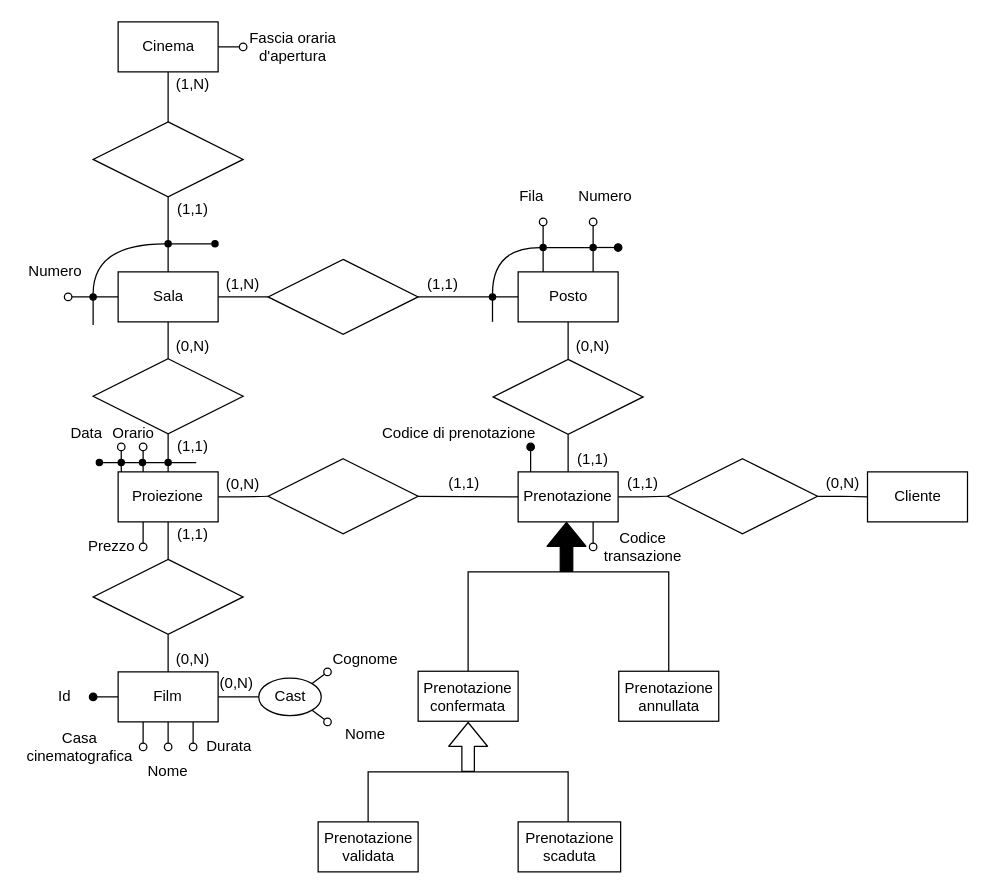
buracchi/cinema-management-system keeps this draw.io diagram as docs/media/er_diagrams/er-diagram_5.drawio. Above is the earlier version. Source tidied: cells renumbered, new cells numbered last; positions are measured from the earlier drawing's top-left corner, leaving out a move shared by most shapes. Both pictures are drawn from the tidied source at 125%, with x=0, y=0 at pixel (20, 21).
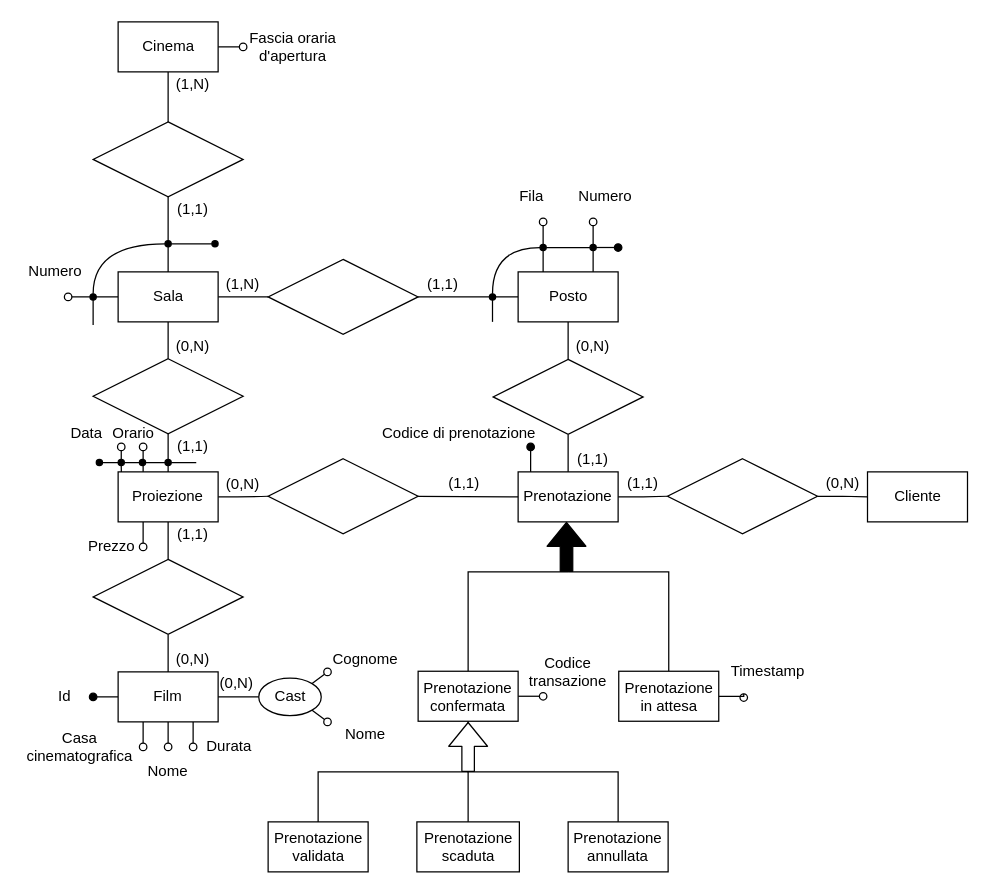
The same page after the edit.

Unchanged cells that the change refers to:
```xml
<mxCell id="33" value="Prenotazione" style="whiteSpace=wrap;html=1;sketch=0;" parent="1" vertex="1">
  <mxGeometry x="398" y="360" width="80" height="40" as="geometry" />
</mxCell>
<mxCell id="79" value="Prenotazione&lt;br&gt;confermata" style="whiteSpace=wrap;html=1;sketch=0;" parent="1" vertex="1">
  <mxGeometry x="318" y="519.5" width="80" height="40" as="geometry" />
</mxCell>
```

Change to the diagram source:
```diff
@@
-    <mxCell id="31" style="edgeStyle=orthogonalEdgeStyle;curved=1;rounded=0;jettySize=auto;html=1;endArrow=oval;endFill=0;exitX=0.75;exitY=1;exitDx=0;exitDy=0;" parent="1" edge="1" source="33">
+    <mxCell id="31" style="edgeStyle=orthogonalEdgeStyle;curved=1;rounded=0;jettySize=auto;html=1;endArrow=oval;endFill=0;exitX=1;exitY=0.5;exitDx=0;exitDy=0;" parent="1" edge="1" source="79">
       <mxGeometry relative="1" as="geometry">
-        <mxPoint x="458" y="420" as="targetPoint" />
+        <mxPoint x="418" y="539" as="targetPoint" />
       </mxGeometry>
     </mxCell>
@@
     <mxCell id="60" value="Prenotazione&lt;br&gt;validata" style="html=1;sketch=0;" parent="1" vertex="1">
-      <mxGeometry x="238" y="640" width="80" height="40" as="geometry" />
+      <mxGeometry x="198" y="640" width="80" height="40" as="geometry" />
     </mxCell>
-    <mxCell id="61" style="edgeStyle=orthogonalEdgeStyle;rounded=0;jettySize=auto;html=1;endArrow=none;endFill=0;" parent="1" edge="1" source="62">
+    <mxCell id="61" style="edgeStyle=orthogonalEdgeStyle;rounded=0;jettySize=auto;html=1;endArrow=none;endFill=0;exitX=0.5;exitY=0;exitDx=0;exitDy=0;" parent="1" edge="1" source="62">
       <mxGeometry relative="1" as="geometry">
         <mxPoint x="358" y="600" as="targetPoint" />
         <Array as="points">
-          <mxPoint x="438" y="600" />
+          <mxPoint x="358" y="620" />
+          <mxPoint x="358" y="620" />
         </Array>
       </mxGeometry>
     </mxCell>
     <mxCell id="62" value="Prenotazione&lt;br&gt;scaduta" style="html=1;sketch=0;" parent="1" vertex="1">
-      <mxGeometry x="398" y="640" width="82" height="40" as="geometry" />
+      <mxGeometry x="317" y="640" width="82" height="40" as="geometry" />
     </mxCell>
-    <mxCell id="63" style="shape=flexArrow;endArrow=classic;html=1;fillColor=#FFFFFF;sketch=0;" parent="1" edge="1">
-      <mxGeometry relative="1" as="geometry">
-        <mxPoint x="358" y="600" as="sourcePoint" />
-        <mxPoint x="358" y="560" as="targetPoint" />
-      </mxGeometry>
-    </mxCell>
@@
+    <mxCell id="113" style="edgeStyle=orthogonalEdgeStyle;rounded=0;jettySize=auto;html=1;endArrow=oval;endFill=0;" parent="1" edge="1" source="81">
+      <mxGeometry relative="1" as="geometry">
+        <mxPoint x="578" y="540" as="targetPoint" />
+      </mxGeometry>
+    </mxCell>
-    <mxCell id="81" value="Prenotazione&lt;br&gt;annullata" style="whiteSpace=wrap;html=1;sketch=0;" parent="1" vertex="1">
+    <mxCell id="81" value="Prenotazione&lt;br&gt;in attesa" style="whiteSpace=wrap;html=1;sketch=0;" parent="1" vertex="1">
       <mxGeometry x="478.5" y="519.5" width="80" height="40" as="geometry" />
     </mxCell>
@@
     <mxCell id="83" style="endArrow=none;html=1;rounded=0;edgeStyle=orthogonalEdgeStyle;exitX=0.5;exitY=0;exitDx=0;exitDy=0;" parent="1" edge="1" source="60">
       <mxGeometry relative="1" as="geometry">
         <mxPoint x="358" y="600" as="targetPoint" />
         <Array as="points">
-          <mxPoint x="278" y="600" />
+          <mxPoint x="238" y="600" />
         </Array>
       </mxGeometry>
     </mxCell>
@@
     <mxCell id="107" value="Codice transazione" style="text;html=1;strokeColor=none;fillColor=none;align=center;verticalAlign=middle;whiteSpace=wrap;sketch=0;" parent="1" vertex="1">
-      <mxGeometry x="468" y="409.5" width="60" height="20" as="geometry" />
+      <mxGeometry x="408" y="509.5" width="60" height="20" as="geometry" />
     </mxCell>
@@
+    <mxCell id="114" style="edgeStyle=orthogonalEdgeStyle;rounded=0;jettySize=auto;html=1;entryX=0.5;entryY=1;entryDx=0;entryDy=0;endArrow=none;endFill=0;" parent="1" edge="1" source="115" target="79">
+      <mxGeometry relative="1" as="geometry">
+        <Array as="points">
+          <mxPoint x="478" y="600" />
+          <mxPoint x="358" y="600" />
+        </Array>
+      </mxGeometry>
+    </mxCell>
+    <mxCell id="115" value="Prenotazione&lt;br&gt;annullata" style="whiteSpace=wrap;html=1;sketch=0;" parent="1" vertex="1">
+      <mxGeometry x="438" y="640" width="80" height="40" as="geometry" />
+    </mxCell>
+    <mxCell id="63" style="shape=flexArrow;endArrow=classic;html=1;fillColor=#FFFFFF;sketch=0;" parent="1" edge="1">
+      <mxGeometry relative="1" as="geometry">
+        <mxPoint x="358" y="600" as="sourcePoint" />
+        <mxPoint x="358" y="560" as="targetPoint" />
+      </mxGeometry>
+    </mxCell>
+    <mxCell id="116" value="Timestamp" style="text;html=1;strokeColor=none;fillColor=none;align=center;verticalAlign=middle;whiteSpace=wrap;sketch=0;" parent="1" vertex="1">
+      <mxGeometry x="568" y="509.5" width="60" height="20" as="geometry" />
+    </mxCell>
```
